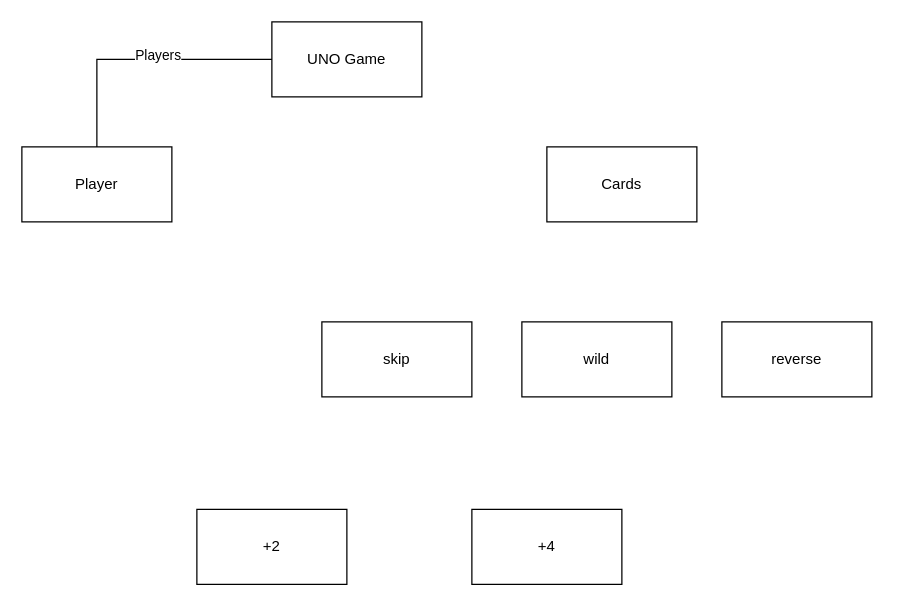
Above: UMLClassLab4.drawio in AndySCS/Comp3111Lab4 (draw.io), before the change. Source tidied: cells renumbered, new cells numbered last; positions are measured from the earlier drawing's top-left corner, leaving out a move shared by most shapes. Both pictures are drawn from the tidied source at 125%, with x=0, y=0 at pixel (21, 21).
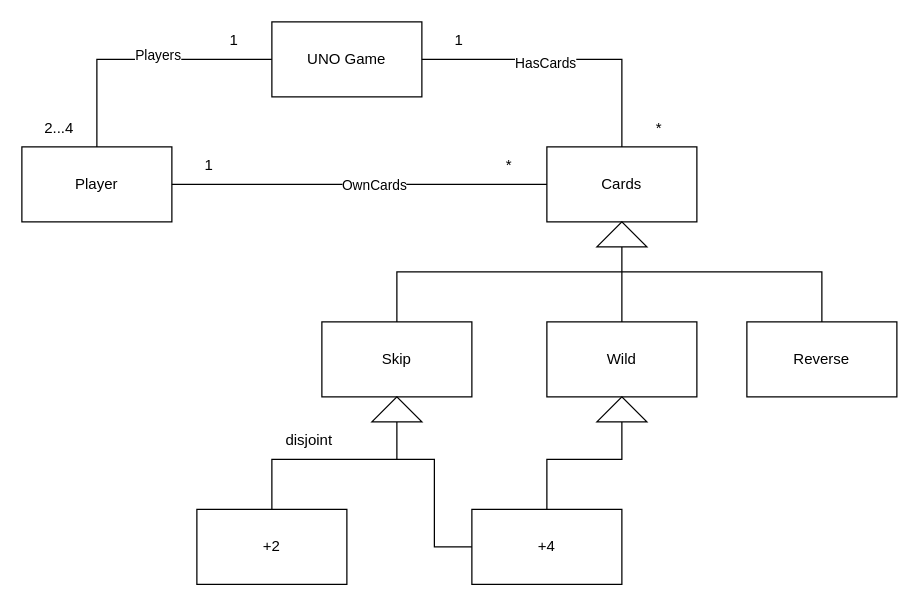
The same page after the edit.

Unchanged cells that the change refers to:
```xml
<mxCell id="2" value="Player" style="rounded=0;whiteSpace=wrap;html=1;" parent="1" vertex="1">
  <mxGeometry y="100" width="120" height="60" as="geometry" />
</mxCell>
<mxCell id="3" value="UNO Game" style="rounded=0;whiteSpace=wrap;html=1;" parent="1" vertex="1">
  <mxGeometry x="200" width="120" height="60" as="geometry" />
</mxCell>
<mxCell id="4" value="Cards" style="rounded=0;whiteSpace=wrap;html=1;" parent="1" vertex="1">
  <mxGeometry x="420" y="100" width="120" height="60" as="geometry" />
</mxCell>
<mxCell id="8" value="+2" style="rounded=0;whiteSpace=wrap;html=1;" parent="1" vertex="1">
  <mxGeometry x="140" y="390" width="120" height="60" as="geometry" />
</mxCell>
<mxCell id="9" value="+4" style="rounded=0;whiteSpace=wrap;html=1;" parent="1" vertex="1">
  <mxGeometry x="360" y="390" width="120" height="60" as="geometry" />
</mxCell>
```

The edit, as a diff of the source:
```diff
@@
-    <mxCell id="5" value="skip" style="rounded=0;whiteSpace=wrap;html=1;" parent="1" vertex="1">
+    <mxCell id="5" value="Skip" style="rounded=0;whiteSpace=wrap;html=1;" parent="1" vertex="1">
       <mxGeometry x="240" y="240" width="120" height="60" as="geometry" />
     </mxCell>
-    <mxCell id="6" value="wild" style="rounded=0;whiteSpace=wrap;html=1;" parent="1" vertex="1">
-      <mxGeometry x="400" y="240" width="120" height="60" as="geometry" />
+    <mxCell id="6" value="Wild" style="rounded=0;whiteSpace=wrap;html=1;" parent="1" vertex="1">
+      <mxGeometry x="420" y="240" width="120" height="60" as="geometry" />
     </mxCell>
-    <mxCell id="7" value="reverse" style="rounded=0;whiteSpace=wrap;html=1;" parent="1" vertex="1">
-      <mxGeometry x="560" y="240" width="120" height="60" as="geometry" />
+    <mxCell id="7" value="Reverse" style="rounded=0;whiteSpace=wrap;html=1;" parent="1" vertex="1">
+      <mxGeometry x="580" y="240" width="120" height="60" as="geometry" />
     </mxCell>
@@
+    <mxCell id="12" style="endArrow=none;html=1;rounded=0;entryX=1;entryY=0.5;entryDx=0;entryDy=0;exitX=0.5;exitY=0;exitDx=0;exitDy=0;" parent="1" edge="1" source="4" target="3">
+      <mxGeometry relative="1" as="geometry">
+        <Array as="points">
+          <mxPoint x="480" y="30" />
+        </Array>
+      </mxGeometry>
+    </mxCell>
+    <mxCell id="13" value="HasCards" style="edgeLabel;html=1;align=center;verticalAlign=middle;" parent="12" vertex="1">
+      <mxGeometry x="0.15" y="2" relative="1" as="geometry" />
+    </mxCell>
+    <mxCell id="14" style="endArrow=none;html=1;rounded=0;entryX=0;entryY=0.5;entryDx=0;entryDy=0;exitX=1;exitY=0.5;exitDx=0;exitDy=0;" parent="1" edge="1" source="2" target="4">
+      <mxGeometry relative="1" as="geometry" />
+    </mxCell>
+    <mxCell id="15" value="OwnCards" style="edgeLabel;html=1;align=center;verticalAlign=middle;" parent="14" vertex="1">
+      <mxGeometry x="0.07" relative="1" as="geometry" />
+    </mxCell>
+    <mxCell id="16" style="triangle;whiteSpace=wrap;html=1;rotation=-90;" parent="1" vertex="1">
+      <mxGeometry x="470" y="150" width="20" height="40" as="geometry" />
+    </mxCell>
+    <mxCell id="17" style="endArrow=none;html=1;rounded=0;exitX=0.5;exitY=0;exitDx=0;exitDy=0;entryX=0.5;entryY=0;entryDx=0;entryDy=0;" parent="1" edge="1" source="5" target="7">
+      <mxGeometry relative="1" as="geometry">
+        <Array as="points">
+          <mxPoint x="300" y="200" />
+          <mxPoint x="640" y="200" />
+        </Array>
+      </mxGeometry>
+    </mxCell>
+    <mxCell id="18" style="endArrow=none;html=1;rounded=0;entryX=0;entryY=0.5;entryDx=0;entryDy=0;exitX=0.5;exitY=0;exitDx=0;exitDy=0;" parent="1" edge="1" source="6" target="16">
+      <mxGeometry relative="1" as="geometry" />
+    </mxCell>
+    <mxCell id="19" style="triangle;whiteSpace=wrap;html=1;rotation=-90;" parent="1" vertex="1">
+      <mxGeometry x="470" y="290" width="20" height="40" as="geometry" />
+    </mxCell>
+    <mxCell id="20" style="triangle;whiteSpace=wrap;html=1;rotation=-90;" parent="1" vertex="1">
+      <mxGeometry x="290" y="290" width="20" height="40" as="geometry" />
+    </mxCell>
+    <mxCell id="21" style="endArrow=none;html=1;rounded=0;entryX=0;entryY=0.5;entryDx=0;entryDy=0;exitX=0.5;exitY=0;exitDx=0;exitDy=0;" parent="1" edge="1" source="9" target="19">
+      <mxGeometry relative="1" as="geometry">
+        <Array as="points">
+          <mxPoint x="420" y="350" />
+          <mxPoint x="480" y="350" />
+        </Array>
+      </mxGeometry>
+    </mxCell>
+    <mxCell id="22" style="endArrow=none;html=1;rounded=0;exitX=0.5;exitY=0;exitDx=0;exitDy=0;entryX=0;entryY=0.5;entryDx=0;entryDy=0;" parent="1" edge="1" source="8" target="9">
+      <mxGeometry relative="1" as="geometry">
+        <Array as="points">
+          <mxPoint x="200" y="350" />
+          <mxPoint x="330" y="350" />
+          <mxPoint x="330" y="420" />
+        </Array>
+      </mxGeometry>
+    </mxCell>
+    <mxCell id="23" style="endArrow=none;html=1;rounded=0;entryX=0;entryY=0.5;entryDx=0;entryDy=0;" parent="1" edge="1" target="20">
+      <mxGeometry relative="1" as="geometry">
+        <mxPoint x="300" y="350" as="sourcePoint" />
+      </mxGeometry>
+    </mxCell>
+    <mxCell id="24" value="*" style="text;html=1;strokeColor=none;fillColor=none;align=center;verticalAlign=middle;whiteSpace=wrap;rounded=0;" parent="1" vertex="1">
+      <mxGeometry x="480" y="70" width="60" height="30" as="geometry" />
+    </mxCell>
+    <mxCell id="25" value="*" style="text;html=1;strokeColor=none;fillColor=none;align=center;verticalAlign=middle;whiteSpace=wrap;rounded=0;" parent="1" vertex="1">
+      <mxGeometry x="360" y="100" width="60" height="30" as="geometry" />
+    </mxCell>
+    <mxCell id="26" value="disjoint" style="text;html=1;strokeColor=none;fillColor=none;align=center;verticalAlign=middle;whiteSpace=wrap;rounded=0;" parent="1" vertex="1">
+      <mxGeometry x="200" y="320" width="60" height="30" as="geometry" />
+    </mxCell>
+    <mxCell id="27" value="1" style="text;html=1;strokeColor=none;fillColor=none;align=center;verticalAlign=middle;whiteSpace=wrap;rounded=0;" parent="1" vertex="1">
+      <mxGeometry x="320" width="60" height="30" as="geometry" />
+    </mxCell>
+    <mxCell id="28" value="1" style="text;html=1;strokeColor=none;fillColor=none;align=center;verticalAlign=middle;whiteSpace=wrap;rounded=0;" parent="1" vertex="1">
+      <mxGeometry x="140" width="60" height="30" as="geometry" />
+    </mxCell>
+    <mxCell id="29" value="1" style="text;html=1;strokeColor=none;fillColor=none;align=center;verticalAlign=middle;whiteSpace=wrap;rounded=0;" parent="1" vertex="1">
+      <mxGeometry x="120" y="100" width="60" height="30" as="geometry" />
+    </mxCell>
+    <mxCell id="30" value="2...4" style="text;html=1;strokeColor=none;fillColor=none;align=center;verticalAlign=middle;whiteSpace=wrap;rounded=0;" parent="1" vertex="1">
+      <mxGeometry y="70" width="60" height="30" as="geometry" />
+    </mxCell>
```
